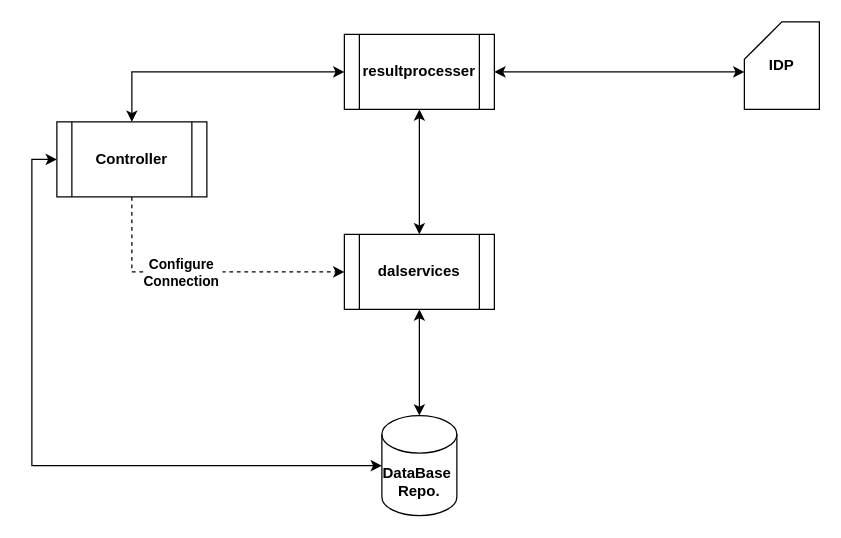
abhishek-sharma-dataguise/testdemo keeps this draw.io diagram as Untitled Diagram.drawio. Above is the earlier version. Source tidied: cells renumbered, new cells numbered last; positions are measured from the earlier drawing's top-left corner, leaving out a move shared by most shapes. Both pictures are drawn from the tidied source at 125%, with x=0, y=0 at pixel (31, 21).
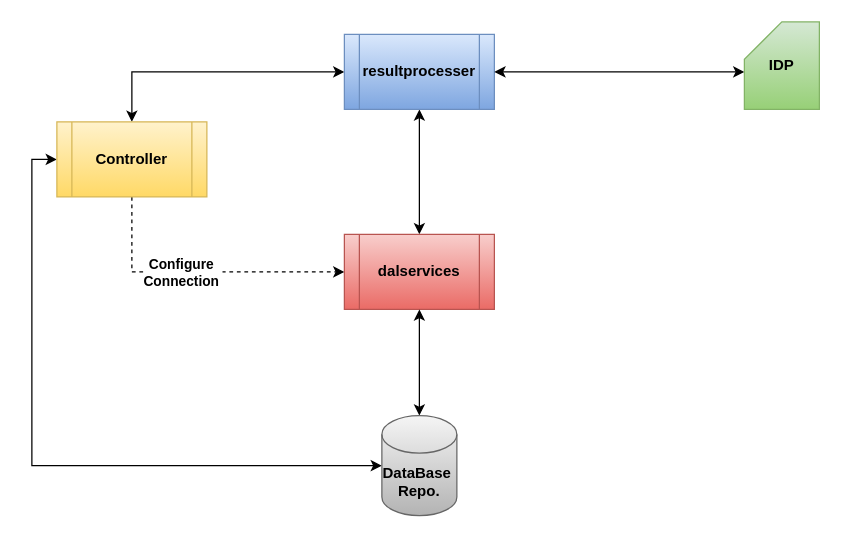
After the change.

Change to the diagram source:
```diff
@@
 <mxGraphModel>
   <root>
     <mxCell id="0" />
     <mxCell id="1" parent="0" />
     <mxCell id="2" style="edgeStyle=orthogonalEdgeStyle;rounded=0;jettySize=auto;html=1;exitX=0.5;exitY=0;exitDx=0;exitDy=0;entryX=0;entryY=0.5;entryDx=0;entryDy=0;startArrow=classic;startFill=1;" parent="1" edge="1" source="6" target="8">
       <mxGeometry relative="1" as="geometry" />
     </mxCell>
     <mxCell id="3" style="edgeStyle=orthogonalEdgeStyle;rounded=0;jettySize=auto;html=1;entryX=0;entryY=0.5;entryDx=0;entryDy=0;dashed=1;startArrow=none;startFill=0;" parent="1" edge="1" source="6" target="9">
       <mxGeometry relative="1" as="geometry">
         <Array as="points">
           <mxPoint x="80" y="200" />
         </Array>
       </mxGeometry>
     </mxCell>
     <mxCell id="4" value="&lt;b&gt;Configure&amp;nbsp;&lt;br&gt;Connection&amp;nbsp;&lt;/b&gt;" style="edgeLabel;html=1;align=center;verticalAlign=middle;" parent="3" vertex="1">
       <mxGeometry x="-0.3" y="-2" relative="1" as="geometry">
         <mxPoint x="19" y="-2" as="offset" />
       </mxGeometry>
     </mxCell>
     <mxCell id="5" style="edgeStyle=orthogonalEdgeStyle;rounded=0;jettySize=auto;html=1;entryX=0;entryY=0.5;entryDx=0;entryDy=0;entryPerimeter=0;startArrow=classic;startFill=1;endArrow=classic;endFill=1;" parent="1" edge="1" source="6" target="13">
       <mxGeometry relative="1" as="geometry">
         <Array as="points">
           <mxPoint y="110" />
           <mxPoint y="355" />
         </Array>
       </mxGeometry>
     </mxCell>
-    <mxCell id="6" value="&lt;b&gt;Controller&lt;/b&gt;" style="shape=process;whiteSpace=wrap;html=1;backgroundOutline=1;" parent="1" vertex="1">
+    <mxCell id="6" value="&lt;b&gt;Controller&lt;/b&gt;" style="shape=process;whiteSpace=wrap;html=1;backgroundOutline=1;gradientColor=#ffd966;fillColor=#fff2cc;strokeColor=#d6b656;" parent="1" vertex="1">
       <mxGeometry x="20" y="80" width="120" height="60" as="geometry" />
     </mxCell>
     <mxCell id="7" style="edgeStyle=orthogonalEdgeStyle;rounded=0;jettySize=auto;html=1;exitX=0.5;exitY=1;exitDx=0;exitDy=0;entryX=0.5;entryY=0;entryDx=0;entryDy=0;startArrow=classic;startFill=1;" parent="1" edge="1" source="8" target="9">
       <mxGeometry relative="1" as="geometry" />
     </mxCell>
-    <mxCell id="8" value="&lt;b&gt;resultprocesser&lt;/b&gt;" style="shape=process;whiteSpace=wrap;html=1;backgroundOutline=1;" parent="1" vertex="1">
+    <mxCell id="8" value="&lt;b&gt;resultprocesser&lt;/b&gt;" style="shape=process;whiteSpace=wrap;html=1;backgroundOutline=1;gradientColor=#7ea6e0;fillColor=#dae8fc;strokeColor=#6c8ebf;" parent="1" vertex="1">
       <mxGeometry x="250" y="10" width="120" height="60" as="geometry" />
     </mxCell>
-    <mxCell id="9" value="&lt;b&gt;dalservices&lt;/b&gt;" style="shape=process;whiteSpace=wrap;html=1;backgroundOutline=1;" parent="1" vertex="1">
+    <mxCell id="9" value="&lt;b&gt;dalservices&lt;/b&gt;" style="shape=process;whiteSpace=wrap;html=1;backgroundOutline=1;gradientColor=#ea6b66;fillColor=#f8cecc;strokeColor=#b85450;" parent="1" vertex="1">
       <mxGeometry x="250" y="170" width="120" height="60" as="geometry" />
     </mxCell>
     <mxCell id="10" style="edgeStyle=orthogonalEdgeStyle;rounded=0;jettySize=auto;html=1;entryX=1;entryY=0.5;entryDx=0;entryDy=0;startArrow=classic;startFill=1;endArrow=classic;endFill=1;" parent="1" edge="1" source="11" target="8">
       <mxGeometry relative="1" as="geometry">
         <Array as="points">
           <mxPoint x="470" y="40" />
           <mxPoint x="470" y="40" />
         </Array>
       </mxGeometry>
     </mxCell>
-    <mxCell id="11" value="&lt;b&gt;IDP&lt;/b&gt;" style="shape=card;whiteSpace=wrap;html=1;" parent="1" vertex="1">
+    <mxCell id="11" value="&lt;b&gt;IDP&lt;/b&gt;" style="shape=card;whiteSpace=wrap;html=1;gradientColor=#97d077;fillColor=#d5e8d4;strokeColor=#82b366;" parent="1" vertex="1">
       <mxGeometry x="570" width="60" height="70" as="geometry" />
     </mxCell>
     <mxCell id="12" style="edgeStyle=orthogonalEdgeStyle;rounded=0;jettySize=auto;html=1;entryX=0.5;entryY=1;entryDx=0;entryDy=0;startArrow=classic;startFill=1;endArrow=classic;endFill=1;" parent="1" edge="1" source="13" target="9">
       <mxGeometry relative="1" as="geometry" />
     </mxCell>
-    <mxCell id="13" value="&lt;b&gt;DataBase&amp;nbsp;&lt;br&gt;Repo.&lt;/b&gt;" style="shape=cylinder3;whiteSpace=wrap;html=1;boundedLbl=1;backgroundOutline=1;size=15;" parent="1" vertex="1">
+    <mxCell id="13" value="&lt;b&gt;DataBase&amp;nbsp;&lt;br&gt;Repo.&lt;/b&gt;" style="shape=cylinder3;whiteSpace=wrap;html=1;boundedLbl=1;backgroundOutline=1;size=15;gradientColor=#b3b3b3;fillColor=#f5f5f5;strokeColor=#666666;" parent="1" vertex="1">
       <mxGeometry x="280" y="315" width="60" height="80" as="geometry" />
     </mxCell>
   </root>
 </mxGraphModel>
```
